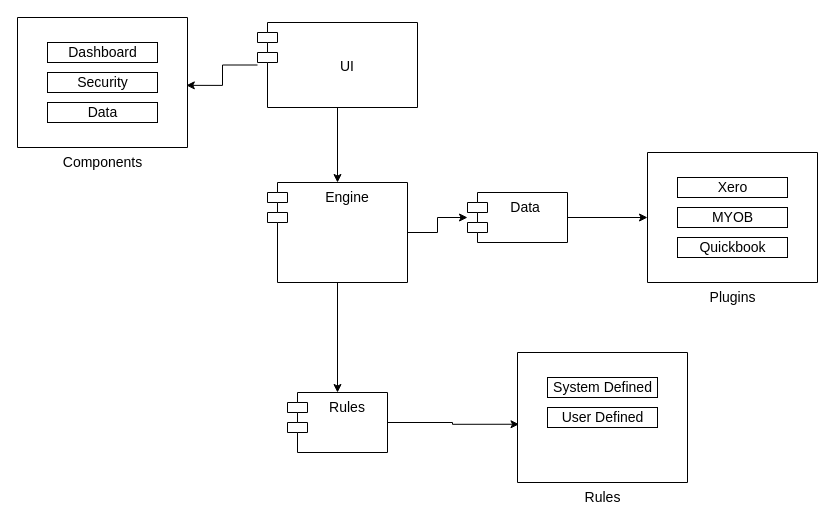
The draw.io diagram page "Overview" (1 of 5) of Untitled Diagram.drawio in CarlosSaltaren/revenpro, before the edit. Source tidied: cells renumbered, new cells numbered last; positions are measured from the earlier drawing's top-left corner, leaving out a move shared by most shapes. Both pictures are drawn from the tidied source at 100%, with x=0, y=0 at pixel (17, 17).
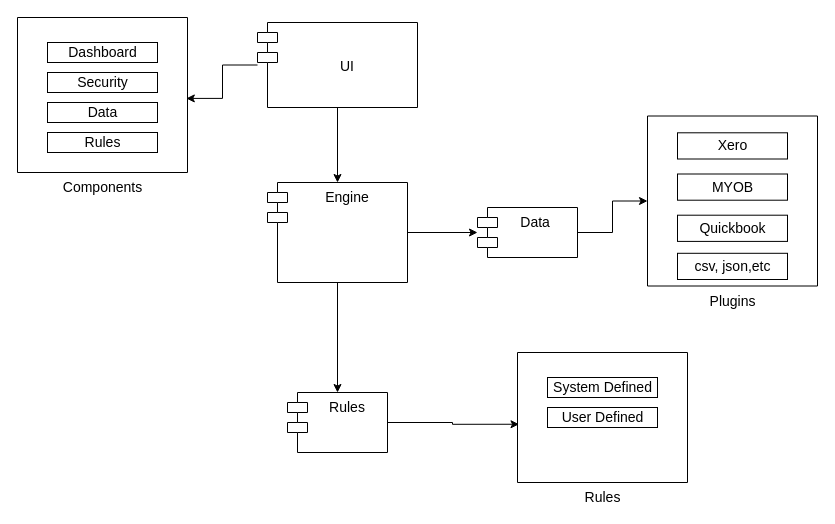
Above is the later version.

What changed in the source:
```diff
@@
     <mxCell id="3" value="Data " style="shape=module;align=left;spacingLeft=20;align=center;verticalAlign=top;fontSize=14;" parent="1" vertex="1">
-      <mxGeometry x="450" y="175" width="100" height="50" as="geometry" />
+      <mxGeometry x="460" y="190" width="100" height="50" as="geometry" />
     </mxCell>
     <mxCell id="4" style="group;" parent="1" vertex="1">
-      <mxGeometry x="630" y="140" width="170" height="130" as="geometry" />
+      <mxGeometry x="630" y="105" width="170" height="170" as="geometry" />
     </mxCell>
     <mxCell id="5" value="Plugins" style="verticalLabelPosition=bottom;verticalAlign=top;html=1;shape=mxgraph.basic.rect;fillColor2=none;strokeWidth=1;size=20;indent=5;fontSize=14;" parent="4" vertex="1">
-      <mxGeometry y="-5" width="170" height="130" as="geometry" />
+      <mxGeometry y="-6.5" width="170" height="170" as="geometry" />
     </mxCell>
     <mxCell id="6" value="Xero" style="html=1;fontSize=14;" parent="4" vertex="1">
-      <mxGeometry x="30" y="20" width="110" height="20" as="geometry" />
+      <mxGeometry x="30" y="10.3" width="110" height="26.2" as="geometry" />
     </mxCell>
     <mxCell id="7" value="MYOB" style="html=1;fontSize=14;" parent="4" vertex="1">
-      <mxGeometry x="30" y="50" width="110" height="20" as="geometry" />
+      <mxGeometry x="30" y="51.5" width="110" height="26.2" as="geometry" />
     </mxCell>
     <mxCell id="8" value="Quickbook" style="html=1;fontSize=14;" parent="4" vertex="1">
-      <mxGeometry x="30" y="80" width="110" height="20" as="geometry" />
+      <mxGeometry x="30" y="92.7" width="110" height="26.2" as="geometry" />
     </mxCell>
+    <mxCell id="26" value="csv, json,etc" style="html=1;fontSize=14;" parent="4" vertex="1">
+      <mxGeometry x="30" y="130.8" width="110" height="26.2" as="geometry" />
+    </mxCell>
@@
     <mxCell id="21" style="group;" parent="1" vertex="1">
-      <mxGeometry y="5" width="170" height="130" as="geometry" />
+      <mxGeometry y="5" width="170" height="220" as="geometry" />
     </mxCell>
     <mxCell id="22" value="Components" style="verticalLabelPosition=bottom;verticalAlign=top;html=1;shape=mxgraph.basic.rect;fillColor2=none;strokeWidth=1;size=20;indent=5;fontSize=14;" parent="21" vertex="1">
-      <mxGeometry y="-5" width="170" height="130" as="geometry" />
+      <mxGeometry y="-5" width="170" height="155" as="geometry" />
     </mxCell>
@@
+    <mxCell id="27" value="Rules" style="html=1;fontSize=14;" parent="21" vertex="1">
+      <mxGeometry x="30" y="110" width="110" height="20" as="geometry" />
+    </mxCell>
```
